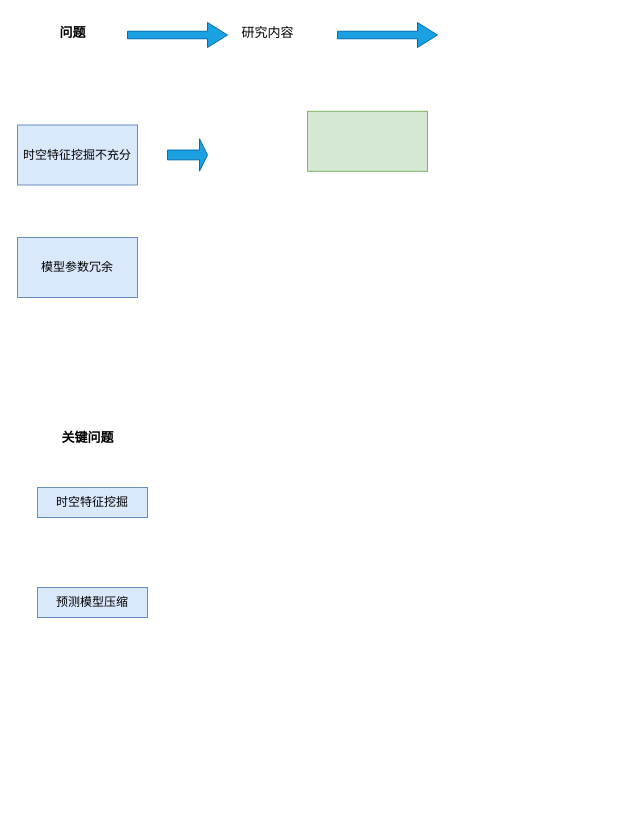
Above: problem&solution.drawio in edwin-zft/gtcn (draw.io), before the change. Source tidied: cells renumbered, new cells numbered last; positions are measured from the earlier drawing's top-left corner, leaving out a move shared by most shapes. Both pictures are drawn from the tidied source at 100%, with x=0, y=0 at pixel (17, 17).
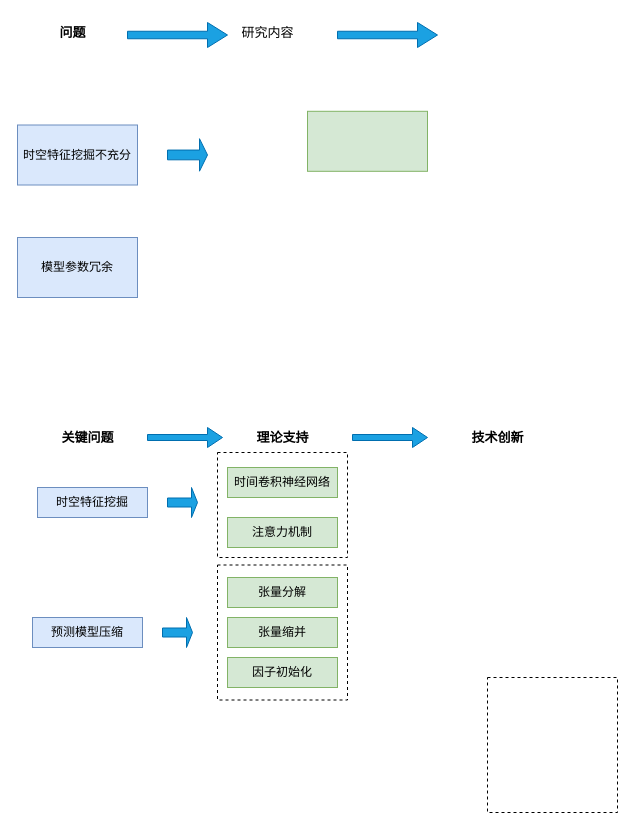
The same page after the edit.

Diff of the diagram source:
```diff
@@
     <mxCell id="12" value="预测模型压缩" style="rounded=0;whiteSpace=wrap;html=1;fillColor=#dae8fc;strokeColor=#6c8ebf;" parent="1" vertex="1">
-      <mxGeometry x="20" y="570" width="110" height="30" as="geometry" />
+      <mxGeometry x="15" y="600" width="110" height="30" as="geometry" />
     </mxCell>
+    <mxCell id="13" value="&lt;b&gt;理论支持&lt;/b&gt;" style="text;html=1;align=center;verticalAlign=middle;strokeColor=none;fillColor=none;fontSize=13;fontFamily=Lucida Console;" parent="1" vertex="1">
+      <mxGeometry x="225" y="405" width="80" height="30" as="geometry" />
+    </mxCell>
+    <mxCell id="14" value="时间卷积神经网络" style="rounded=0;whiteSpace=wrap;html=1;fillColor=#d5e8d4;strokeColor=#82b366;" parent="1" vertex="1">
+      <mxGeometry x="210" y="450" width="110" height="30" as="geometry" />
+    </mxCell>
+    <mxCell id="15" value="注意力机制" style="rounded=0;whiteSpace=wrap;html=1;fillColor=#d5e8d4;strokeColor=#82b366;" parent="1" vertex="1">
+      <mxGeometry x="210" y="500" width="110" height="30" as="geometry" />
+    </mxCell>
+    <mxCell id="16" value="&lt;b&gt;技术创新&lt;/b&gt;" style="text;html=1;align=center;verticalAlign=middle;strokeColor=none;fillColor=none;fontSize=13;fontFamily=Lucida Console;" parent="1" vertex="1">
+      <mxGeometry x="440" y="405" width="80" height="30" as="geometry" />
+    </mxCell>
+    <mxCell id="17" style="shape=singleArrow;whiteSpace=wrap;html=1;fontFamily=Lucida Console;fontSize=13;fillColor=#1ba1e2;fontColor=#ffffff;strokeColor=#006EAF;" parent="1" vertex="1">
+      <mxGeometry x="130" y="410" width="75" height="20" as="geometry" />
+    </mxCell>
+    <mxCell id="18" style="shape=singleArrow;whiteSpace=wrap;html=1;fontFamily=Lucida Console;fontSize=13;fillColor=#1ba1e2;fontColor=#ffffff;strokeColor=#006EAF;" parent="1" vertex="1">
+      <mxGeometry x="335" y="410" width="75" height="20" as="geometry" />
+    </mxCell>
+    <mxCell id="19" value="张量分解" style="rounded=0;whiteSpace=wrap;html=1;fillColor=#d5e8d4;strokeColor=#82b366;" parent="1" vertex="1">
+      <mxGeometry x="210" y="560" width="110" height="30" as="geometry" />
+    </mxCell>
+    <mxCell id="20" value="张量缩并" style="rounded=0;whiteSpace=wrap;html=1;fillColor=#d5e8d4;strokeColor=#82b366;" parent="1" vertex="1">
+      <mxGeometry x="210" y="600" width="110" height="30" as="geometry" />
+    </mxCell>
+    <mxCell id="21" value="因子初始化" style="rounded=0;whiteSpace=wrap;html=1;fillColor=#d5e8d4;strokeColor=#82b366;" parent="1" vertex="1">
+      <mxGeometry x="210" y="640" width="110" height="30" as="geometry" />
+    </mxCell>
+    <mxCell id="22" style="rounded=0;whiteSpace=wrap;html=1;fontFamily=Lucida Console;fontSize=13;dashed=1;fillColor=none;" parent="1" vertex="1">
+      <mxGeometry x="200" y="547.5" width="130" height="135" as="geometry" />
+    </mxCell>
+    <mxCell id="23" style="rounded=0;whiteSpace=wrap;html=1;fontFamily=Lucida Console;fontSize=13;dashed=1;fillColor=none;" parent="1" vertex="1">
+      <mxGeometry x="200" y="435" width="130" height="105" as="geometry" />
+    </mxCell>
+    <mxCell id="24" style="shape=singleArrow;whiteSpace=wrap;html=1;fontFamily=Lucida Console;fontSize=13;fillColor=#1ba1e2;fontColor=#ffffff;strokeColor=#006EAF;" parent="1" vertex="1">
+      <mxGeometry x="150" y="470" width="30" height="30" as="geometry" />
+    </mxCell>
+    <mxCell id="25" style="shape=singleArrow;whiteSpace=wrap;html=1;fontFamily=Lucida Console;fontSize=13;fillColor=#1ba1e2;fontColor=#ffffff;strokeColor=#006EAF;" parent="1" vertex="1">
+      <mxGeometry x="145" y="600" width="30" height="30" as="geometry" />
+    </mxCell>
+    <mxCell id="26" style="rounded=0;whiteSpace=wrap;html=1;fontFamily=Lucida Console;fontSize=13;dashed=1;fillColor=none;" parent="1" vertex="1">
+      <mxGeometry x="470" y="660" width="130" height="135" as="geometry" />
+    </mxCell>
```
